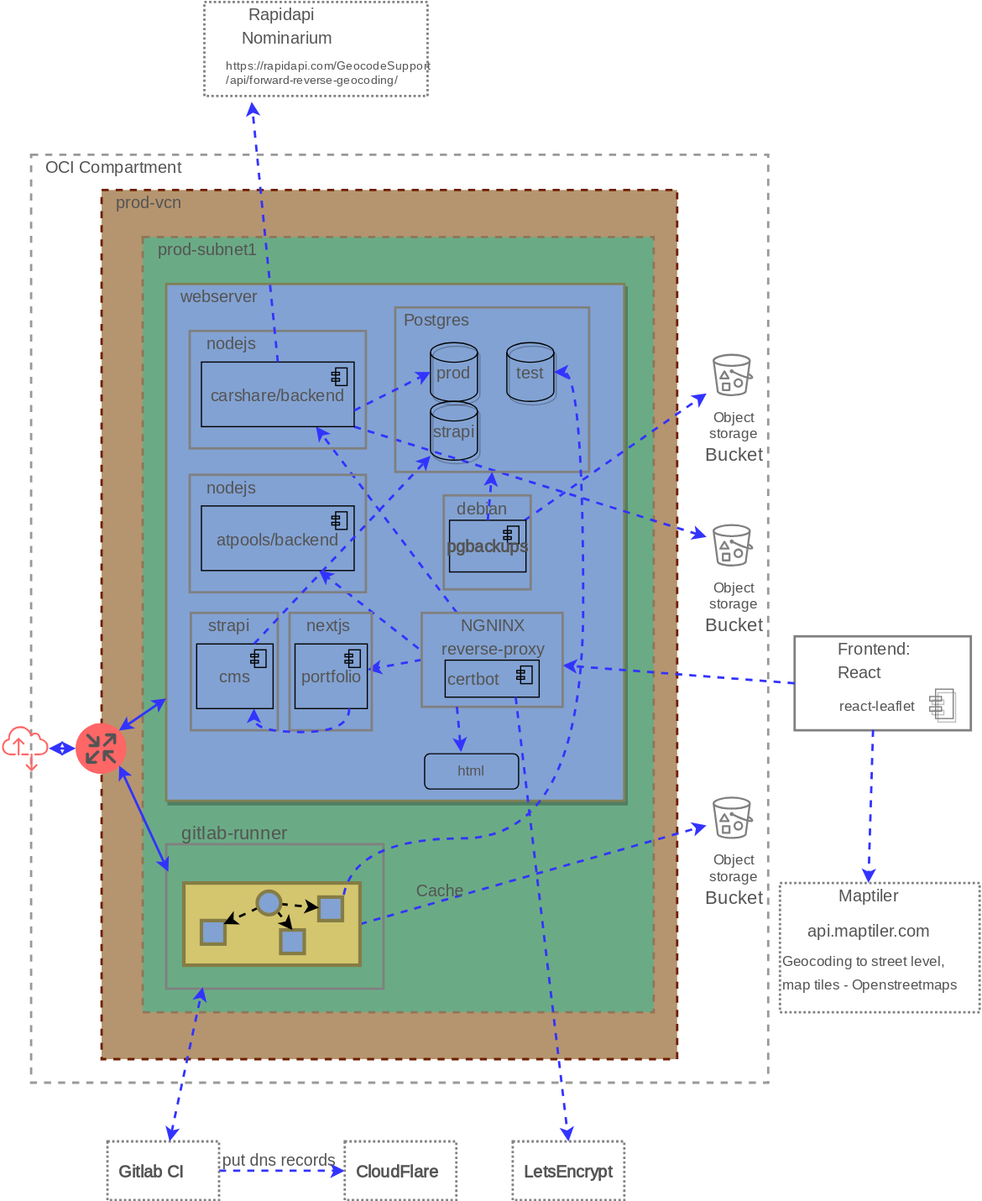
vadzimk/oci-infrastructure keeps this draw.io diagram as Diagram.drawio.svg. Above is the earlier version. Source tidied: cells renumbered, new cells last; positions are measured from the earlier drawing's top-left corner, leaving out a move shared by most shapes.
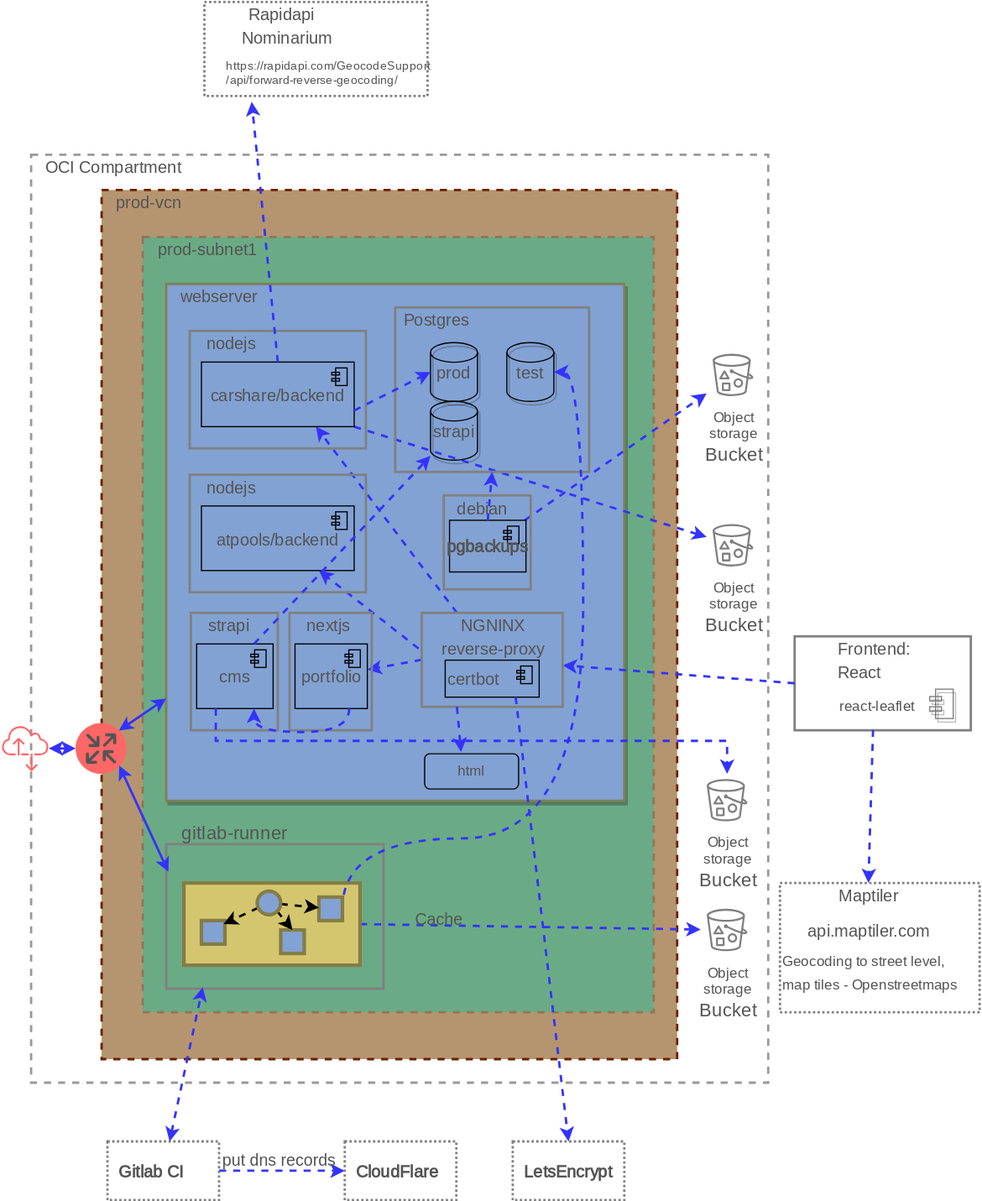
After the change.

Commit message:
add strapi user and strapi media bucket

Change to the diagram source:
```diff
@@ -211,7 +211,7 @@
       <mxGeometry x="217.5" y="757" width="20" height="20" as="geometry" />
     </mxCell>
     <mxCell id="67" value="&lt;font&gt;Object&lt;br&gt;storage&lt;br&gt;&lt;font style=&quot;font-size: 16px;&quot;&gt;Bucket&lt;/font&gt;&lt;/font&gt;" style="sketch=0;outlineConnect=0;fontColor=#545454;gradientColor=none;strokeColor=#808080;fillColor=none;dashed=0;verticalLabelPosition=bottom;verticalAlign=top;align=center;html=1;fontSize=12;fontStyle=0;shape=mxgraph.aws4.resourceIcon;resIcon=mxgraph.aws4.bucket_with_objects;rounded=0;shadow=0;glass=0;fontFamily=Ubuntu Mono;fontSource=https%3A%2F%2Ffonts.googleapis.com%2Fcss%3Ffamily%3DUbuntu%2BMono;strokeWidth=2;" parent="1" vertex="1">
-      <mxGeometry x="600" y="672" width="45" height="45" as="geometry" />
+      <mxGeometry x="595" y="767.5" width="45" height="45" as="geometry" />
     </mxCell>
     <mxCell id="68" style="rounded=0;jettySize=auto;html=1;entryX=0.168;entryY=0.989;entryDx=0;entryDy=0;entryPerimeter=0;dashed=1;strokeWidth=2;startArrow=classic;startFill=1;fontColor=#545454;strokeColor=#3333FF;" parent="1" edge="1" source="5" target="47">
       <mxGeometry relative="1" as="geometry" />
@@ -309,5 +309,11 @@
     <mxCell id="99" style="edgeStyle=none;rounded=0;jettySize=auto;html=1;exitX=0.75;exitY=1;exitDx=0;exitDy=0;exitPerimeter=0;entryX=0.5;entryY=0;entryDx=0;entryDy=0;dashed=1;strokeWidth=2;startArrow=none;startFill=0;fontColor=#545454;strokeColor=#3333FF;" parent="1" edge="1" source="85" target="97">
       <mxGeometry relative="1" as="geometry" />
     </mxCell>
+    <mxCell id="100" value="&lt;font&gt;Object&lt;br&gt;storage&lt;br&gt;&lt;font style=&quot;font-size: 16px;&quot;&gt;Bucket&lt;/font&gt;&lt;/font&gt;" style="sketch=0;outlineConnect=0;fontColor=#545454;gradientColor=none;strokeColor=#808080;fillColor=none;dashed=0;verticalLabelPosition=bottom;verticalAlign=top;align=center;html=1;fontSize=12;fontStyle=0;shape=mxgraph.aws4.resourceIcon;resIcon=mxgraph.aws4.bucket_with_objects;rounded=0;shadow=0;glass=0;fontFamily=Ubuntu Mono;fontSource=https%3A%2F%2Ffonts.googleapis.com%2Fcss%3Ffamily%3DUbuntu%2BMono;strokeWidth=2;" parent="1" vertex="1">
+      <mxGeometry x="595" y="657" width="45" height="45" as="geometry" />
+    </mxCell>
+    <mxCell id="101" style="rounded=0;jettySize=auto;html=1;exitX=0.25;exitY=1;exitDx=0;exitDy=0;exitPerimeter=0;strokeWidth=2;dashed=1;strokeColor=#3333FF;edgeStyle=elbowEdgeStyle;elbow=vertical;" parent="1" edge="1" source="73" target="100">
+      <mxGeometry relative="1" as="geometry" />
+    </mxCell>
   </root>
 </mxGraphModel>
```
